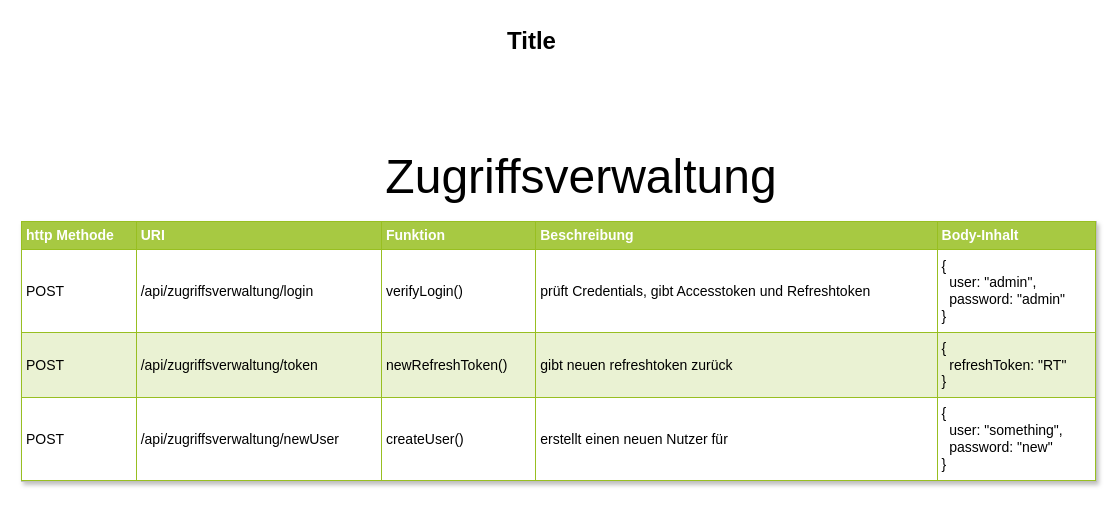
Before: Zugriffsverwaltung/API_Zugriffsverwaltung.drawio in Lektro9/Verwaltungstool, a draw.io diagram. Source tidied: cells renumbered, new cells numbered last; positions are measured from the earlier drawing's top-left corner, leaving out a move shared by most shapes. Both pictures are drawn from the tidied source at 100%, with x=0, y=0 at pixel (21, 21).
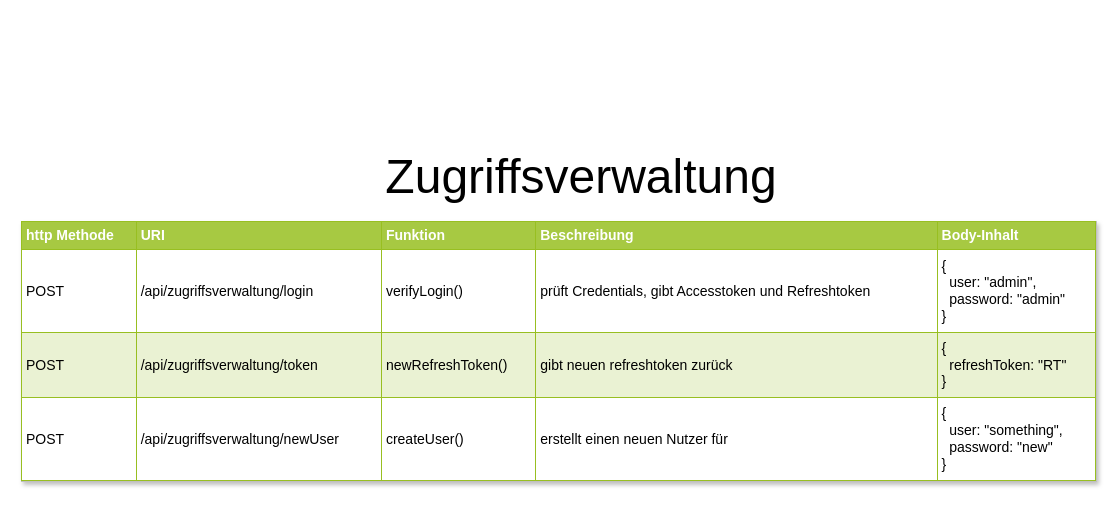
The same diagram, later.

What changed in the source:
```diff
@@
 <mxGraphModel background="#ffffff">
   <root>
     <mxCell id="0" />
     <mxCell id="1" parent="0" />
     <mxCell id="2" value="&lt;table style=&quot;width: 100% ; height: 100% ; border-collapse: collapse&quot; width=&quot;100%&quot; cellpadding=&quot;4&quot; border=&quot;1&quot;&gt;&lt;tbody&gt;&lt;tr style=&quot;background-color: #a7c942 ; color: #ffffff ; border: 1px solid #98bf21&quot;&gt;&lt;th&gt;http Methode&lt;/th&gt;&lt;th&gt;URI&lt;br&gt;&lt;/th&gt;&lt;th&gt;Funktion&lt;/th&gt;&lt;th&gt;Beschreibung&lt;/th&gt;&lt;td&gt;&lt;b&gt;Body-Inhalt&lt;/b&gt;&lt;br&gt;&lt;/td&gt;&lt;/tr&gt;&lt;tr style=&quot;border: 1px solid #98bf21&quot;&gt;&lt;td&gt;POST&lt;br&gt;&lt;/td&gt;&lt;td&gt;/api/zugriffsverwaltung/login&lt;br&gt;&lt;/td&gt;&lt;td&gt;verifyLogin()&lt;br&gt;&lt;/td&gt;&lt;td&gt;prüft Credentials, gibt Accesstoken und Refreshtoken&lt;br&gt;&lt;/td&gt;&lt;td&gt;{&lt;br&gt;&amp;nbsp; user: &quot;admin&quot;,&lt;br&gt;&amp;nbsp; password: &quot;admin&quot;&lt;br&gt;}&lt;br&gt;&lt;/td&gt;&lt;/tr&gt;&lt;tr style=&quot;background-color: #eaf2d3 ; border: 1px solid #98bf21&quot;&gt;&lt;td&gt;POST&lt;br&gt;&lt;/td&gt;&lt;td&gt;/api/zugriffsverwaltung/token&lt;/td&gt;&lt;td&gt;newRefreshToken()&lt;br&gt;&lt;/td&gt;&lt;td&gt;gibt neuen refreshtoken zurück&lt;br&gt;&lt;/td&gt;&lt;td&gt;{&lt;br&gt;&amp;nbsp; refreshToken: &quot;RT&quot;&lt;br&gt;}&lt;/td&gt;&lt;/tr&gt;&lt;tr style=&quot;border: 1px solid #98bf21&quot;&gt;&lt;td&gt;POST&lt;br&gt;&lt;/td&gt;&lt;td&gt;/api/zugriffsverwaltung/newUser&lt;/td&gt;&lt;td&gt;createUser()&lt;br&gt;&lt;/td&gt;&lt;td&gt;erstellt einen neuen Nutzer für&lt;br&gt;&lt;/td&gt;&lt;td&gt;{&lt;br&gt;&amp;nbsp; user: &quot;something&quot;,&lt;br&gt;&amp;nbsp; password: &quot;new&quot;&lt;br&gt;}&lt;/td&gt;&lt;/tr&gt;&lt;/tbody&gt;&lt;/table&gt;" style="text;html=1;strokeColor=#c0c0c0;fillColor=#ffffff;overflow=fill;rounded=0;shadow=1;fontSize=14;fontColor=#000000;" parent="1" vertex="1">
       <mxGeometry y="200" width="1075" height="260" as="geometry" />
     </mxCell>
-    <mxCell id="3" value="Title" style="text;strokeColor=none;fillColor=none;html=1;fontSize=24;fontStyle=1;verticalAlign=middle;align=center;rounded=0;shadow=1;" parent="1" vertex="1">
-      <mxGeometry x="120" width="780" height="40" as="geometry" />
-    </mxCell>
     <mxCell id="4" value="&lt;font style=&quot;font-size: 48px&quot;&gt;Zugriffsverwaltung&lt;/font&gt;" style="text;html=1;strokeColor=none;fillColor=none;align=center;verticalAlign=middle;whiteSpace=wrap;rounded=0;" parent="1" vertex="1">
       <mxGeometry x="480" y="140" width="160" height="30" as="geometry" />
     </mxCell>
   </root>
 </mxGraphModel>
```
